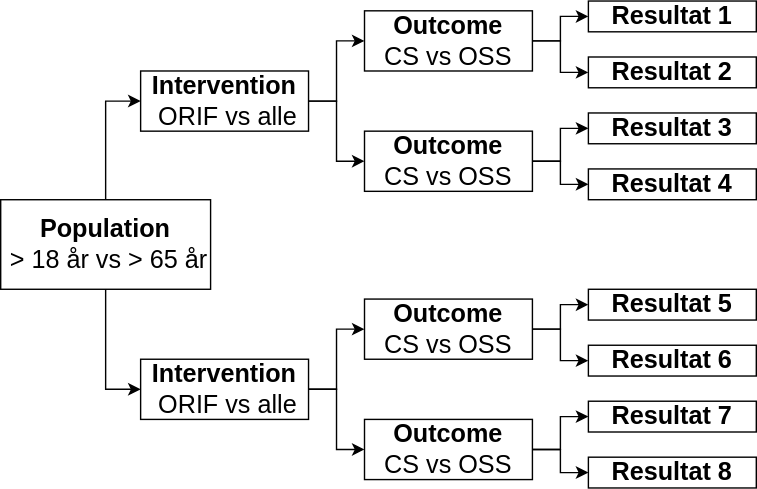
Before: 2021/suh_phd_status/figures/decision tree.svg, a diagram exported from draw.io (nsandau/talks). Source tidied: cells renumbered, new cells last; positions are measured from the earlier drawing's top-left corner, leaving out a move shared by most shapes. The source it was exported from:
```xml
<mxGraphModel>
  <root>
    <mxCell id="0" />
    <mxCell id="1" parent="0" />
    <mxCell id="2" style="edgeStyle=orthogonalEdgeStyle;rounded=0;jettySize=auto;html=1;entryX=0;entryY=0.5;entryDx=0;entryDy=0;fontSize=18;" parent="1" edge="1" source="3" target="6">
      <mxGeometry relative="1" as="geometry" />
    </mxCell>
    <mxCell id="3" value="&lt;font color=&quot;#000000&quot; style=&quot;font-size: 18px;&quot;&gt;&lt;b style=&quot;font-size: 18px;&quot;&gt;Population&lt;br style=&quot;font-size: 18px;&quot;&gt;&lt;/b&gt;&amp;nbsp;&amp;gt; 18 år vs &amp;gt; 65 år&lt;br style=&quot;font-size: 18px;&quot;&gt;&lt;/font&gt;" style="rounded=0;whiteSpace=wrap;html=1;strokeColor=#000000;fillColor=#FFFFFF;fontSize=18;" parent="1" vertex="1">
      <mxGeometry y="142" width="150" height="64" as="geometry" />
    </mxCell>
    <mxCell id="4" style="edgeStyle=orthogonalEdgeStyle;rounded=0;jettySize=auto;html=1;fontSize=18;entryX=0;entryY=0.5;entryDx=0;entryDy=0;" parent="1" edge="1" source="6" target="9">
      <mxGeometry relative="1" as="geometry" />
    </mxCell>
    <mxCell id="5" style="edgeStyle=orthogonalEdgeStyle;rounded=0;jettySize=auto;html=1;entryX=0;entryY=0.5;entryDx=0;entryDy=0;fontSize=18;" parent="1" edge="1" source="6" target="14">
      <mxGeometry relative="1" as="geometry" />
    </mxCell>
    <mxCell id="6" value="&lt;font color=&quot;#000000&quot; style=&quot;font-size: 18px;&quot;&gt;&lt;b style=&quot;font-size: 18px;&quot;&gt;Intervention&lt;br style=&quot;font-size: 18px;&quot;&gt;&lt;/b&gt;&amp;nbsp;ORIF vs alle&lt;br style=&quot;font-size: 18px;&quot;&gt;&lt;/font&gt;" style="rounded=0;whiteSpace=wrap;html=1;strokeColor=#000000;fillColor=#FFFFFF;fontSize=18;" parent="1" vertex="1">
      <mxGeometry x="100" y="50" width="120" height="43" as="geometry" />
    </mxCell>
    <mxCell id="7" style="edgeStyle=orthogonalEdgeStyle;rounded=0;jettySize=auto;html=1;entryX=0;entryY=0.5;entryDx=0;entryDy=0;fontSize=18;" parent="1" edge="1" source="9" target="10">
      <mxGeometry relative="1" as="geometry" />
    </mxCell>
    <mxCell id="8" style="edgeStyle=orthogonalEdgeStyle;rounded=0;jettySize=auto;html=1;fontSize=18;" parent="1" edge="1" source="9" target="11">
      <mxGeometry relative="1" as="geometry" />
    </mxCell>
    <mxCell id="9" value="&lt;font color=&quot;#000000&quot; style=&quot;font-size: 18px;&quot;&gt;&lt;b style=&quot;font-size: 18px;&quot;&gt;Outcome&lt;br style=&quot;font-size: 18px;&quot;&gt;&lt;/b&gt;CS vs OSS&lt;br style=&quot;font-size: 18px;&quot;&gt;&lt;/font&gt;" style="rounded=0;whiteSpace=wrap;html=1;strokeColor=#000000;fillColor=#FFFFFF;fontSize=18;" parent="1" vertex="1">
      <mxGeometry x="260" y="7" width="120" height="43" as="geometry" />
    </mxCell>
    <mxCell id="10" value="&lt;font color=&quot;#000000&quot; style=&quot;font-size: 18px;&quot;&gt;&lt;b style=&quot;font-size: 18px;&quot;&gt;Resultat 1&lt;/b&gt;&lt;br style=&quot;font-size: 18px;&quot;&gt;&lt;/font&gt;" style="rounded=0;whiteSpace=wrap;html=1;strokeColor=#000000;fillColor=#FFFFFF;imageWidth=24;imageHeight=24;fontSize=18;" parent="1" vertex="1">
      <mxGeometry x="420" width="120" height="22" as="geometry" />
    </mxCell>
    <mxCell id="11" value="&lt;font color=&quot;#000000&quot; style=&quot;font-size: 18px;&quot;&gt;&lt;b style=&quot;font-size: 18px;&quot;&gt;Resultat 2&lt;/b&gt;&lt;br style=&quot;font-size: 18px;&quot;&gt;&lt;/font&gt;" style="rounded=0;whiteSpace=wrap;html=1;strokeColor=#000000;fillColor=#FFFFFF;imageWidth=24;imageHeight=24;fontSize=18;" parent="1" vertex="1">
      <mxGeometry x="420" y="40" width="120" height="22" as="geometry" />
    </mxCell>
    <mxCell id="12" style="edgeStyle=orthogonalEdgeStyle;rounded=0;jettySize=auto;html=1;entryX=0;entryY=0.5;entryDx=0;entryDy=0;fontSize=18;" parent="1" edge="1" source="14" target="15">
      <mxGeometry relative="1" as="geometry" />
    </mxCell>
    <mxCell id="13" style="edgeStyle=orthogonalEdgeStyle;rounded=0;jettySize=auto;html=1;fontSize=18;" parent="1" edge="1" source="14" target="16">
      <mxGeometry relative="1" as="geometry" />
    </mxCell>
    <mxCell id="14" value="&lt;font color=&quot;#000000&quot; style=&quot;font-size: 18px;&quot;&gt;&lt;b style=&quot;font-size: 18px;&quot;&gt;Outcome&lt;br style=&quot;font-size: 18px;&quot;&gt;&lt;/b&gt;CS vs OSS&lt;br style=&quot;font-size: 18px;&quot;&gt;&lt;/font&gt;" style="rounded=0;whiteSpace=wrap;html=1;strokeColor=#000000;fillColor=#FFFFFF;fontSize=18;" parent="1" vertex="1">
      <mxGeometry x="260" y="93" width="120" height="43" as="geometry" />
    </mxCell>
    <mxCell id="15" value="&lt;font color=&quot;#000000&quot; style=&quot;font-size: 18px&quot;&gt;&lt;b style=&quot;font-size: 18px&quot;&gt;Resultat 3&lt;/b&gt;&lt;br style=&quot;font-size: 18px&quot;&gt;&lt;/font&gt;" style="rounded=0;whiteSpace=wrap;html=1;strokeColor=#000000;fillColor=#FFFFFF;imageWidth=24;imageHeight=24;fontSize=18;" parent="1" vertex="1">
      <mxGeometry x="420" y="80" width="120" height="22" as="geometry" />
    </mxCell>
    <mxCell id="16" value="&lt;font color=&quot;#000000&quot; style=&quot;font-size: 18px&quot;&gt;&lt;b style=&quot;font-size: 18px&quot;&gt;Resultat 4&lt;/b&gt;&lt;br style=&quot;font-size: 18px&quot;&gt;&lt;/font&gt;" style="rounded=0;whiteSpace=wrap;html=1;strokeColor=#000000;fillColor=#FFFFFF;imageWidth=24;imageHeight=24;fontSize=18;" parent="1" vertex="1">
      <mxGeometry x="420" y="120" width="120" height="22" as="geometry" />
    </mxCell>
    <mxCell id="17" style="edgeStyle=orthogonalEdgeStyle;rounded=0;jettySize=auto;html=1;entryX=0;entryY=0.5;entryDx=0;entryDy=0;fontSize=18;exitX=0.5;exitY=1;exitDx=0;exitDy=0;" parent="1" edge="1" source="3" target="20">
      <mxGeometry relative="1" as="geometry" />
    </mxCell>
    <mxCell id="18" style="edgeStyle=orthogonalEdgeStyle;rounded=0;jettySize=auto;html=1;fontSize=18;entryX=0;entryY=0.5;entryDx=0;entryDy=0;" parent="1" edge="1" source="20" target="23">
      <mxGeometry relative="1" as="geometry" />
    </mxCell>
    <mxCell id="19" style="edgeStyle=orthogonalEdgeStyle;rounded=0;jettySize=auto;html=1;entryX=0;entryY=0.5;entryDx=0;entryDy=0;fontSize=18;" parent="1" edge="1" source="20" target="28">
      <mxGeometry relative="1" as="geometry" />
    </mxCell>
    <mxCell id="20" value="&lt;font color=&quot;#000000&quot; style=&quot;font-size: 18px;&quot;&gt;&lt;b style=&quot;font-size: 18px;&quot;&gt;Intervention&lt;br style=&quot;font-size: 18px;&quot;&gt;&lt;/b&gt;&amp;nbsp;ORIF vs alle&lt;br style=&quot;font-size: 18px;&quot;&gt;&lt;/font&gt;" style="rounded=0;whiteSpace=wrap;html=1;strokeColor=#000000;fillColor=#FFFFFF;fontSize=18;" parent="1" vertex="1">
      <mxGeometry x="100" y="256" width="120" height="43" as="geometry" />
    </mxCell>
    <mxCell id="21" style="edgeStyle=orthogonalEdgeStyle;rounded=0;jettySize=auto;html=1;entryX=0;entryY=0.5;entryDx=0;entryDy=0;fontSize=18;" parent="1" edge="1" source="23" target="24">
      <mxGeometry relative="1" as="geometry" />
    </mxCell>
    <mxCell id="22" style="edgeStyle=orthogonalEdgeStyle;rounded=0;jettySize=auto;html=1;fontSize=18;" parent="1" edge="1" source="23" target="25">
      <mxGeometry relative="1" as="geometry" />
    </mxCell>
    <mxCell id="23" value="&lt;font color=&quot;#000000&quot; style=&quot;font-size: 18px;&quot;&gt;&lt;b style=&quot;font-size: 18px;&quot;&gt;Outcome&lt;br style=&quot;font-size: 18px;&quot;&gt;&lt;/b&gt;CS vs OSS&lt;br style=&quot;font-size: 18px;&quot;&gt;&lt;/font&gt;" style="rounded=0;whiteSpace=wrap;html=1;strokeColor=#000000;fillColor=#FFFFFF;fontSize=18;" parent="1" vertex="1">
      <mxGeometry x="260" y="213" width="120" height="43" as="geometry" />
    </mxCell>
    <mxCell id="24" value="&lt;font color=&quot;#000000&quot; style=&quot;font-size: 18px&quot;&gt;&lt;b style=&quot;font-size: 18px&quot;&gt;Resultat 5&lt;/b&gt;&lt;br style=&quot;font-size: 18px&quot;&gt;&lt;/font&gt;" style="rounded=0;whiteSpace=wrap;html=1;strokeColor=#000000;fillColor=#FFFFFF;imageWidth=24;imageHeight=24;fontSize=18;" parent="1" vertex="1">
      <mxGeometry x="420" y="206" width="120" height="22" as="geometry" />
    </mxCell>
    <mxCell id="25" value="&lt;font color=&quot;#000000&quot; style=&quot;font-size: 18px&quot;&gt;&lt;b style=&quot;font-size: 18px&quot;&gt;Resultat 6&lt;/b&gt;&lt;br style=&quot;font-size: 18px&quot;&gt;&lt;/font&gt;" style="rounded=0;whiteSpace=wrap;html=1;strokeColor=#000000;fillColor=#FFFFFF;imageWidth=24;imageHeight=24;fontSize=18;" parent="1" vertex="1">
      <mxGeometry x="420" y="246" width="120" height="22" as="geometry" />
    </mxCell>
    <mxCell id="26" style="edgeStyle=orthogonalEdgeStyle;rounded=0;jettySize=auto;html=1;entryX=0;entryY=0.5;entryDx=0;entryDy=0;fontSize=18;" parent="1" edge="1" source="28" target="29">
      <mxGeometry relative="1" as="geometry" />
    </mxCell>
    <mxCell id="27" style="edgeStyle=orthogonalEdgeStyle;rounded=0;jettySize=auto;html=1;fontSize=18;" parent="1" edge="1" source="28" target="30">
      <mxGeometry relative="1" as="geometry" />
    </mxCell>
    <mxCell id="28" value="&lt;font color=&quot;#000000&quot; style=&quot;font-size: 18px;&quot;&gt;&lt;b style=&quot;font-size: 18px;&quot;&gt;Outcome&lt;br style=&quot;font-size: 18px;&quot;&gt;&lt;/b&gt;CS vs OSS&lt;br style=&quot;font-size: 18px;&quot;&gt;&lt;/font&gt;" style="rounded=0;whiteSpace=wrap;html=1;strokeColor=#000000;fillColor=#FFFFFF;fontSize=18;" parent="1" vertex="1">
      <mxGeometry x="260" y="299" width="120" height="43" as="geometry" />
    </mxCell>
    <mxCell id="29" value="&lt;font color=&quot;#000000&quot; style=&quot;font-size: 18px&quot;&gt;&lt;b style=&quot;font-size: 18px&quot;&gt;Resultat 7&lt;/b&gt;&lt;br style=&quot;font-size: 18px&quot;&gt;&lt;/font&gt;" style="rounded=0;whiteSpace=wrap;html=1;strokeColor=#000000;fillColor=#FFFFFF;imageWidth=24;imageHeight=24;fontSize=18;" parent="1" vertex="1">
      <mxGeometry x="420" y="286" width="120" height="22" as="geometry" />
    </mxCell>
    <mxCell id="30" value="&lt;font color=&quot;#000000&quot; style=&quot;font-size: 18px&quot;&gt;&lt;b style=&quot;font-size: 18px&quot;&gt;Resultat 8&lt;/b&gt;&lt;br style=&quot;font-size: 18px&quot;&gt;&lt;/font&gt;" style="rounded=0;whiteSpace=wrap;html=1;strokeColor=#000000;fillColor=#FFFFFF;imageWidth=24;imageHeight=24;fontSize=18;" parent="1" vertex="1">
      <mxGeometry x="420" y="326" width="120" height="22" as="geometry" />
    </mxCell>
  </root>
</mxGraphModel>
```
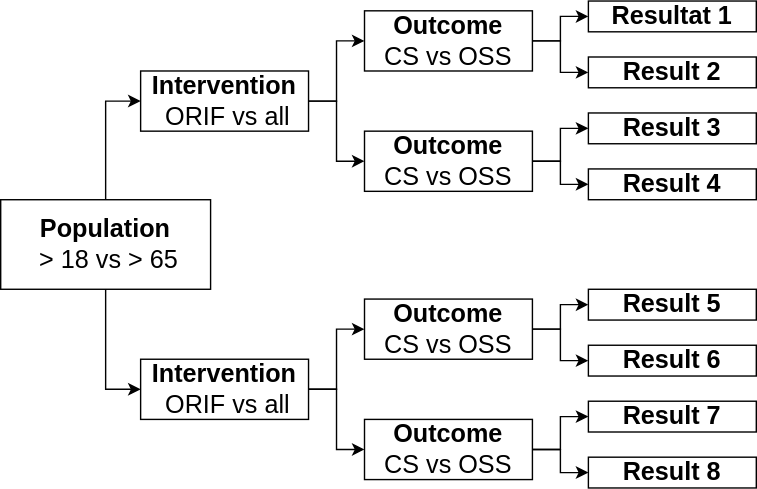
The same file after the commit.

Change to the diagram source:
```diff
@@ -5,7 +5,7 @@
     <mxCell id="2" style="edgeStyle=orthogonalEdgeStyle;rounded=0;jettySize=auto;html=1;entryX=0;entryY=0.5;entryDx=0;entryDy=0;fontSize=18;" parent="1" edge="1" source="3" target="6">
       <mxGeometry relative="1" as="geometry" />
     </mxCell>
-    <mxCell id="3" value="&lt;font color=&quot;#000000&quot; style=&quot;font-size: 18px;&quot;&gt;&lt;b style=&quot;font-size: 18px;&quot;&gt;Population&lt;br style=&quot;font-size: 18px;&quot;&gt;&lt;/b&gt;&amp;nbsp;&amp;gt; 18 år vs &amp;gt; 65 år&lt;br style=&quot;font-size: 18px;&quot;&gt;&lt;/font&gt;" style="rounded=0;whiteSpace=wrap;html=1;strokeColor=#000000;fillColor=#FFFFFF;fontSize=18;" parent="1" vertex="1">
+    <mxCell id="3" value="&lt;font color=&quot;#000000&quot; style=&quot;font-size: 18px&quot;&gt;&lt;b style=&quot;font-size: 18px&quot;&gt;Population&lt;br style=&quot;font-size: 18px&quot;&gt;&lt;/b&gt;&amp;nbsp;&amp;gt; 18 vs &amp;gt; 65&lt;br style=&quot;font-size: 18px&quot;&gt;&lt;/font&gt;" style="rounded=0;whiteSpace=wrap;html=1;strokeColor=#000000;fillColor=#FFFFFF;fontSize=18;" parent="1" vertex="1">
       <mxGeometry y="142" width="150" height="64" as="geometry" />
     </mxCell>
     <mxCell id="4" style="edgeStyle=orthogonalEdgeStyle;rounded=0;jettySize=auto;html=1;fontSize=18;entryX=0;entryY=0.5;entryDx=0;entryDy=0;" parent="1" edge="1" source="6" target="9">
@@ -14,7 +14,7 @@
     <mxCell id="5" style="edgeStyle=orthogonalEdgeStyle;rounded=0;jettySize=auto;html=1;entryX=0;entryY=0.5;entryDx=0;entryDy=0;fontSize=18;" parent="1" edge="1" source="6" target="14">
       <mxGeometry relative="1" as="geometry" />
     </mxCell>
-    <mxCell id="6" value="&lt;font color=&quot;#000000&quot; style=&quot;font-size: 18px;&quot;&gt;&lt;b style=&quot;font-size: 18px;&quot;&gt;Intervention&lt;br style=&quot;font-size: 18px;&quot;&gt;&lt;/b&gt;&amp;nbsp;ORIF vs alle&lt;br style=&quot;font-size: 18px;&quot;&gt;&lt;/font&gt;" style="rounded=0;whiteSpace=wrap;html=1;strokeColor=#000000;fillColor=#FFFFFF;fontSize=18;" parent="1" vertex="1">
+    <mxCell id="6" value="&lt;font color=&quot;#000000&quot; style=&quot;font-size: 18px&quot;&gt;&lt;b style=&quot;font-size: 18px&quot;&gt;Intervention&lt;br style=&quot;font-size: 18px&quot;&gt;&lt;/b&gt;&amp;nbsp;ORIF vs all&lt;br style=&quot;font-size: 18px&quot;&gt;&lt;/font&gt;" style="rounded=0;whiteSpace=wrap;html=1;strokeColor=#000000;fillColor=#FFFFFF;fontSize=18;" parent="1" vertex="1">
       <mxGeometry x="100" y="50" width="120" height="43" as="geometry" />
     </mxCell>
     <mxCell id="7" style="edgeStyle=orthogonalEdgeStyle;rounded=0;jettySize=auto;html=1;entryX=0;entryY=0.5;entryDx=0;entryDy=0;fontSize=18;" parent="1" edge="1" source="9" target="10">
@@ -29,7 +29,7 @@
     <mxCell id="10" value="&lt;font color=&quot;#000000&quot; style=&quot;font-size: 18px;&quot;&gt;&lt;b style=&quot;font-size: 18px;&quot;&gt;Resultat 1&lt;/b&gt;&lt;br style=&quot;font-size: 18px;&quot;&gt;&lt;/font&gt;" style="rounded=0;whiteSpace=wrap;html=1;strokeColor=#000000;fillColor=#FFFFFF;imageWidth=24;imageHeight=24;fontSize=18;" parent="1" vertex="1">
       <mxGeometry x="420" width="120" height="22" as="geometry" />
     </mxCell>
-    <mxCell id="11" value="&lt;font color=&quot;#000000&quot; style=&quot;font-size: 18px;&quot;&gt;&lt;b style=&quot;font-size: 18px;&quot;&gt;Resultat 2&lt;/b&gt;&lt;br style=&quot;font-size: 18px;&quot;&gt;&lt;/font&gt;" style="rounded=0;whiteSpace=wrap;html=1;strokeColor=#000000;fillColor=#FFFFFF;imageWidth=24;imageHeight=24;fontSize=18;" parent="1" vertex="1">
+    <mxCell id="11" value="&lt;font color=&quot;#000000&quot; style=&quot;font-size: 18px&quot;&gt;&lt;b style=&quot;font-size: 18px&quot;&gt;Result 2&lt;/b&gt;&lt;br style=&quot;font-size: 18px&quot;&gt;&lt;/font&gt;" style="rounded=0;whiteSpace=wrap;html=1;strokeColor=#000000;fillColor=#FFFFFF;imageWidth=24;imageHeight=24;fontSize=18;" parent="1" vertex="1">
       <mxGeometry x="420" y="40" width="120" height="22" as="geometry" />
     </mxCell>
     <mxCell id="12" style="edgeStyle=orthogonalEdgeStyle;rounded=0;jettySize=auto;html=1;entryX=0;entryY=0.5;entryDx=0;entryDy=0;fontSize=18;" parent="1" edge="1" source="14" target="15">
@@ -41,10 +41,10 @@
     <mxCell id="14" value="&lt;font color=&quot;#000000&quot; style=&quot;font-size: 18px;&quot;&gt;&lt;b style=&quot;font-size: 18px;&quot;&gt;Outcome&lt;br style=&quot;font-size: 18px;&quot;&gt;&lt;/b&gt;CS vs OSS&lt;br style=&quot;font-size: 18px;&quot;&gt;&lt;/font&gt;" style="rounded=0;whiteSpace=wrap;html=1;strokeColor=#000000;fillColor=#FFFFFF;fontSize=18;" parent="1" vertex="1">
       <mxGeometry x="260" y="93" width="120" height="43" as="geometry" />
     </mxCell>
-    <mxCell id="15" value="&lt;font color=&quot;#000000&quot; style=&quot;font-size: 18px&quot;&gt;&lt;b style=&quot;font-size: 18px&quot;&gt;Resultat 3&lt;/b&gt;&lt;br style=&quot;font-size: 18px&quot;&gt;&lt;/font&gt;" style="rounded=0;whiteSpace=wrap;html=1;strokeColor=#000000;fillColor=#FFFFFF;imageWidth=24;imageHeight=24;fontSize=18;" parent="1" vertex="1">
+    <mxCell id="15" value="&lt;font color=&quot;#000000&quot; style=&quot;font-size: 18px&quot;&gt;&lt;b style=&quot;font-size: 18px&quot;&gt;Result 3&lt;/b&gt;&lt;br style=&quot;font-size: 18px&quot;&gt;&lt;/font&gt;" style="rounded=0;whiteSpace=wrap;html=1;strokeColor=#000000;fillColor=#FFFFFF;imageWidth=24;imageHeight=24;fontSize=18;" parent="1" vertex="1">
       <mxGeometry x="420" y="80" width="120" height="22" as="geometry" />
     </mxCell>
-    <mxCell id="16" value="&lt;font color=&quot;#000000&quot; style=&quot;font-size: 18px&quot;&gt;&lt;b style=&quot;font-size: 18px&quot;&gt;Resultat 4&lt;/b&gt;&lt;br style=&quot;font-size: 18px&quot;&gt;&lt;/font&gt;" style="rounded=0;whiteSpace=wrap;html=1;strokeColor=#000000;fillColor=#FFFFFF;imageWidth=24;imageHeight=24;fontSize=18;" parent="1" vertex="1">
+    <mxCell id="16" value="&lt;font color=&quot;#000000&quot; style=&quot;font-size: 18px&quot;&gt;&lt;b style=&quot;font-size: 18px&quot;&gt;Result 4&lt;/b&gt;&lt;br style=&quot;font-size: 18px&quot;&gt;&lt;/font&gt;" style="rounded=0;whiteSpace=wrap;html=1;strokeColor=#000000;fillColor=#FFFFFF;imageWidth=24;imageHeight=24;fontSize=18;" parent="1" vertex="1">
       <mxGeometry x="420" y="120" width="120" height="22" as="geometry" />
     </mxCell>
     <mxCell id="17" style="edgeStyle=orthogonalEdgeStyle;rounded=0;jettySize=auto;html=1;entryX=0;entryY=0.5;entryDx=0;entryDy=0;fontSize=18;exitX=0.5;exitY=1;exitDx=0;exitDy=0;" parent="1" edge="1" source="3" target="20">
@@ -56,7 +56,7 @@
     <mxCell id="19" style="edgeStyle=orthogonalEdgeStyle;rounded=0;jettySize=auto;html=1;entryX=0;entryY=0.5;entryDx=0;entryDy=0;fontSize=18;" parent="1" edge="1" source="20" target="28">
       <mxGeometry relative="1" as="geometry" />
     </mxCell>
-    <mxCell id="20" value="&lt;font color=&quot;#000000&quot; style=&quot;font-size: 18px;&quot;&gt;&lt;b style=&quot;font-size: 18px;&quot;&gt;Intervention&lt;br style=&quot;font-size: 18px;&quot;&gt;&lt;/b&gt;&amp;nbsp;ORIF vs alle&lt;br style=&quot;font-size: 18px;&quot;&gt;&lt;/font&gt;" style="rounded=0;whiteSpace=wrap;html=1;strokeColor=#000000;fillColor=#FFFFFF;fontSize=18;" parent="1" vertex="1">
+    <mxCell id="20" value="&lt;font color=&quot;#000000&quot; style=&quot;font-size: 18px&quot;&gt;&lt;b style=&quot;font-size: 18px&quot;&gt;Intervention&lt;br style=&quot;font-size: 18px&quot;&gt;&lt;/b&gt;&amp;nbsp;ORIF vs all&lt;br style=&quot;font-size: 18px&quot;&gt;&lt;/font&gt;" style="rounded=0;whiteSpace=wrap;html=1;strokeColor=#000000;fillColor=#FFFFFF;fontSize=18;" parent="1" vertex="1">
       <mxGeometry x="100" y="256" width="120" height="43" as="geometry" />
     </mxCell>
     <mxCell id="21" style="edgeStyle=orthogonalEdgeStyle;rounded=0;jettySize=auto;html=1;entryX=0;entryY=0.5;entryDx=0;entryDy=0;fontSize=18;" parent="1" edge="1" source="23" target="24">
@@ -68,10 +68,10 @@
     <mxCell id="23" value="&lt;font color=&quot;#000000&quot; style=&quot;font-size: 18px;&quot;&gt;&lt;b style=&quot;font-size: 18px;&quot;&gt;Outcome&lt;br style=&quot;font-size: 18px;&quot;&gt;&lt;/b&gt;CS vs OSS&lt;br style=&quot;font-size: 18px;&quot;&gt;&lt;/font&gt;" style="rounded=0;whiteSpace=wrap;html=1;strokeColor=#000000;fillColor=#FFFFFF;fontSize=18;" parent="1" vertex="1">
       <mxGeometry x="260" y="213" width="120" height="43" as="geometry" />
     </mxCell>
-    <mxCell id="24" value="&lt;font color=&quot;#000000&quot; style=&quot;font-size: 18px&quot;&gt;&lt;b style=&quot;font-size: 18px&quot;&gt;Resultat 5&lt;/b&gt;&lt;br style=&quot;font-size: 18px&quot;&gt;&lt;/font&gt;" style="rounded=0;whiteSpace=wrap;html=1;strokeColor=#000000;fillColor=#FFFFFF;imageWidth=24;imageHeight=24;fontSize=18;" parent="1" vertex="1">
+    <mxCell id="24" value="&lt;font color=&quot;#000000&quot; style=&quot;font-size: 18px&quot;&gt;&lt;b style=&quot;font-size: 18px&quot;&gt;Result 5&lt;/b&gt;&lt;br style=&quot;font-size: 18px&quot;&gt;&lt;/font&gt;" style="rounded=0;whiteSpace=wrap;html=1;strokeColor=#000000;fillColor=#FFFFFF;imageWidth=24;imageHeight=24;fontSize=18;" parent="1" vertex="1">
       <mxGeometry x="420" y="206" width="120" height="22" as="geometry" />
     </mxCell>
-    <mxCell id="25" value="&lt;font color=&quot;#000000&quot; style=&quot;font-size: 18px&quot;&gt;&lt;b style=&quot;font-size: 18px&quot;&gt;Resultat 6&lt;/b&gt;&lt;br style=&quot;font-size: 18px&quot;&gt;&lt;/font&gt;" style="rounded=0;whiteSpace=wrap;html=1;strokeColor=#000000;fillColor=#FFFFFF;imageWidth=24;imageHeight=24;fontSize=18;" parent="1" vertex="1">
+    <mxCell id="25" value="&lt;font color=&quot;#000000&quot; style=&quot;font-size: 18px&quot;&gt;&lt;b style=&quot;font-size: 18px&quot;&gt;Result 6&lt;/b&gt;&lt;br style=&quot;font-size: 18px&quot;&gt;&lt;/font&gt;" style="rounded=0;whiteSpace=wrap;html=1;strokeColor=#000000;fillColor=#FFFFFF;imageWidth=24;imageHeight=24;fontSize=18;" parent="1" vertex="1">
       <mxGeometry x="420" y="246" width="120" height="22" as="geometry" />
     </mxCell>
     <mxCell id="26" style="edgeStyle=orthogonalEdgeStyle;rounded=0;jettySize=auto;html=1;entryX=0;entryY=0.5;entryDx=0;entryDy=0;fontSize=18;" parent="1" edge="1" source="28" target="29">
@@ -83,10 +83,10 @@
     <mxCell id="28" value="&lt;font color=&quot;#000000&quot; style=&quot;font-size: 18px;&quot;&gt;&lt;b style=&quot;font-size: 18px;&quot;&gt;Outcome&lt;br style=&quot;font-size: 18px;&quot;&gt;&lt;/b&gt;CS vs OSS&lt;br style=&quot;font-size: 18px;&quot;&gt;&lt;/font&gt;" style="rounded=0;whiteSpace=wrap;html=1;strokeColor=#000000;fillColor=#FFFFFF;fontSize=18;" parent="1" vertex="1">
       <mxGeometry x="260" y="299" width="120" height="43" as="geometry" />
     </mxCell>
-    <mxCell id="29" value="&lt;font color=&quot;#000000&quot; style=&quot;font-size: 18px&quot;&gt;&lt;b style=&quot;font-size: 18px&quot;&gt;Resultat 7&lt;/b&gt;&lt;br style=&quot;font-size: 18px&quot;&gt;&lt;/font&gt;" style="rounded=0;whiteSpace=wrap;html=1;strokeColor=#000000;fillColor=#FFFFFF;imageWidth=24;imageHeight=24;fontSize=18;" parent="1" vertex="1">
+    <mxCell id="29" value="&lt;font color=&quot;#000000&quot; style=&quot;font-size: 18px&quot;&gt;&lt;b style=&quot;font-size: 18px&quot;&gt;Result 7&lt;/b&gt;&lt;br style=&quot;font-size: 18px&quot;&gt;&lt;/font&gt;" style="rounded=0;whiteSpace=wrap;html=1;strokeColor=#000000;fillColor=#FFFFFF;imageWidth=24;imageHeight=24;fontSize=18;" parent="1" vertex="1">
       <mxGeometry x="420" y="286" width="120" height="22" as="geometry" />
     </mxCell>
-    <mxCell id="30" value="&lt;font color=&quot;#000000&quot; style=&quot;font-size: 18px&quot;&gt;&lt;b style=&quot;font-size: 18px&quot;&gt;Resultat 8&lt;/b&gt;&lt;br style=&quot;font-size: 18px&quot;&gt;&lt;/font&gt;" style="rounded=0;whiteSpace=wrap;html=1;strokeColor=#000000;fillColor=#FFFFFF;imageWidth=24;imageHeight=24;fontSize=18;" parent="1" vertex="1">
+    <mxCell id="30" value="&lt;font color=&quot;#000000&quot; style=&quot;font-size: 18px&quot;&gt;&lt;b style=&quot;font-size: 18px&quot;&gt;Result 8&lt;/b&gt;&lt;br style=&quot;font-size: 18px&quot;&gt;&lt;/font&gt;" style="rounded=0;whiteSpace=wrap;html=1;strokeColor=#000000;fillColor=#FFFFFF;imageWidth=24;imageHeight=24;fontSize=18;" parent="1" vertex="1">
       <mxGeometry x="420" y="326" width="120" height="22" as="geometry" />
     </mxCell>
   </root>
```
